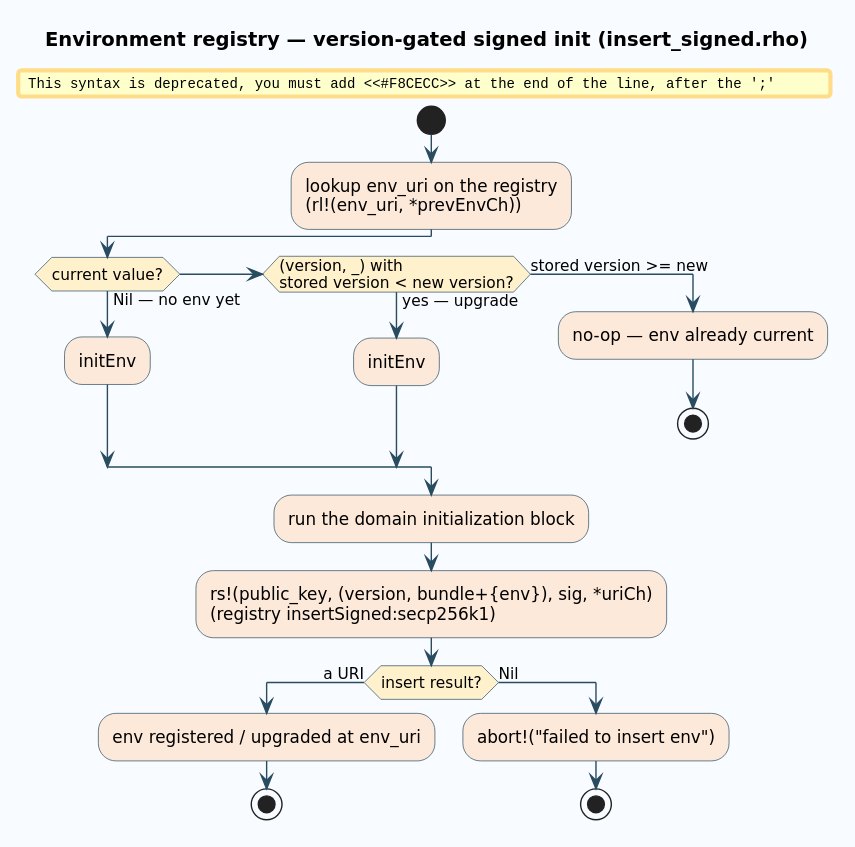
This is docs/diagrams/33-env-registry.svg from F1R3FLY-io/embers, a PlantUML export, as it was before one commit.
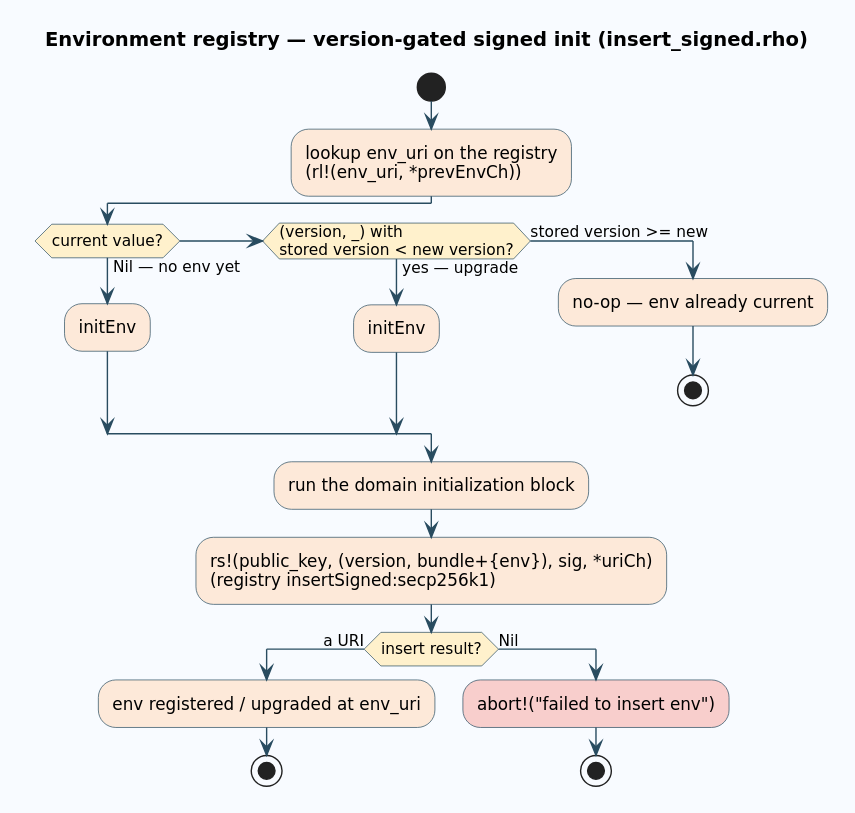
The same diagram one commit later.

Diff of the diagram source:
```diff
@@ -28,7 +28,7 @@
   :env registered / upgraded at env_uri;
   stop
 else (Nil)
-  #F8CECC:abort!("failed to insert env");
+  :abort!("failed to insert env");<<#F8CECC>>
   stop
 endif
 @enduml
```
